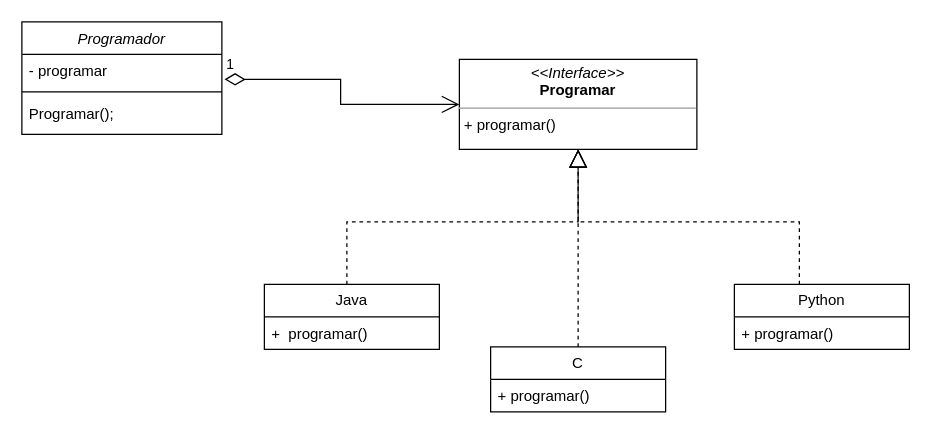
This is Padroes de Projeto de Sistemas/src/strategy/Diagrama Strategy.drawio from marcelosilva7/bertoti, a draw.io file, before an edit. Source tidied: cells renumbered, new cells numbered last; positions are measured from the earlier drawing's top-left corner, leaving out a move shared by most shapes. Both pictures are drawn from the tidied source at 125%, with x=0, y=0 at pixel (21, 21).
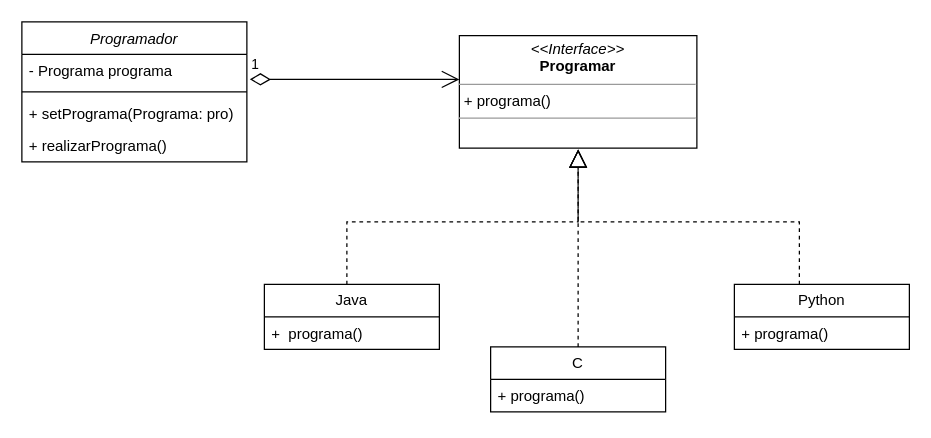
The same page after the edit.

The change refers to these unchanged cells:
```xml
<mxCell id="11" value="Java" style="swimlane;fontStyle=0;horizontal=1;startSize=26;fillColor=none;whiteSpace=wrap;html=1;" parent="1" vertex="1">
  <mxGeometry x="194" y="210" width="140" height="52" as="geometry" />
</mxCell>
<mxCell id="13" value="C" style="swimlane;fontStyle=0;horizontal=1;startSize=26;fillColor=none;whiteSpace=wrap;html=1;" parent="1" vertex="1">
  <mxGeometry x="375" y="260" width="140" height="52" as="geometry" />
</mxCell>
<mxCell id="15" value="Python" style="swimlane;fontStyle=0;horizontal=1;startSize=26;fillColor=none;whiteSpace=wrap;html=1;" parent="1" vertex="1">
  <mxGeometry x="570" y="210" width="140" height="52" as="geometry" />
</mxCell>
```

Change to the diagram source:
```diff
@@
     <mxCell id="2" value="Programador" style="swimlane;fontStyle=2;align=center;verticalAlign=top;horizontal=1;startSize=26;rounded=0;shadow=0;strokeWidth=1;" parent="1" vertex="1">
-      <mxGeometry width="160" height="90" as="geometry" />
+      <mxGeometry width="180" height="112" as="geometry" />
     </mxCell>
-    <mxCell id="3" value="- programar" style="text;align=left;verticalAlign=top;spacingLeft=4;spacingRight=4;overflow=hidden;points=[[0,0.5],[1,0.5]];portConstraint=eastwest;rounded=0;shadow=0;html=0;" parent="2" vertex="1">
-      <mxGeometry y="26" width="160" height="26" as="geometry" />
+    <mxCell id="3" value="- Programa programa" style="text;align=left;verticalAlign=top;spacingLeft=4;spacingRight=4;overflow=hidden;points=[[0,0.5],[1,0.5]];portConstraint=eastwest;rounded=0;shadow=0;html=0;" parent="2" vertex="1">
+      <mxGeometry y="26" width="180" height="26" as="geometry" />
     </mxCell>
     <mxCell id="4" style="line;html=1;strokeWidth=1;align=left;verticalAlign=middle;spacingTop=-1;spacingLeft=3;spacingRight=3;labelPosition=right;" parent="2" vertex="1">
-      <mxGeometry y="52" width="160" height="8" as="geometry" />
+      <mxGeometry y="52" width="180" height="8" as="geometry" />
     </mxCell>
-    <mxCell id="5" value="Programar();" style="text;align=left;verticalAlign=top;spacingLeft=4;spacingRight=4;overflow=hidden;" parent="2" vertex="1">
-      <mxGeometry y="60" width="160" height="26" as="geometry" />
+    <mxCell id="5" value="+ setPrograma(Programa: pro)" style="text;align=left;verticalAlign=top;spacingLeft=4;spacingRight=4;overflow=hidden;" parent="2" vertex="1">
+      <mxGeometry y="60" width="180" height="26" as="geometry" />
     </mxCell>
-    <mxCell id="6" value="&lt;p style=&quot;margin:0px;margin-top:4px;text-align:center;&quot;&gt;&lt;i&gt;&amp;lt;&amp;lt;Interface&amp;gt;&amp;gt;&lt;/i&gt;&lt;br&gt;&lt;b&gt;Programar&lt;/b&gt;&lt;/p&gt;&lt;hr size=&quot;1&quot;&gt;&lt;p style=&quot;margin:0px;margin-left:4px;&quot;&gt;+ programar()&lt;br&gt;&lt;/p&gt;" style="verticalAlign=top;align=left;overflow=fill;fontSize=12;fontFamily=Helvetica;html=1;whiteSpace=wrap;" parent="1" vertex="1">
-      <mxGeometry x="350" y="30" width="190" height="72" as="geometry" />
-    </mxCell>
+    <mxCell id="17" value="+ realizarPrograma()" style="text;align=left;verticalAlign=top;spacingLeft=4;spacingRight=4;overflow=hidden;" parent="2" vertex="1">
+      <mxGeometry y="86" width="180" height="26" as="geometry" />
+    </mxCell>
-    <mxCell id="7" value="1" style="endArrow=open;html=1;endSize=12;startArrow=diamondThin;startSize=14;startFill=0;edgeStyle=orthogonalEdgeStyle;align=left;verticalAlign=bottom;rounded=0;exitX=1.013;exitY=0.769;exitDx=0;exitDy=0;entryX=0;entryY=0.5;entryDx=0;entryDy=0;exitPerimeter=0;" parent="1" edge="1" source="3" target="6">
-      <mxGeometry x="-1" y="3" relative="1" as="geometry" />
+    <mxCell id="7" value="1" style="endArrow=open;html=1;endSize=12;startArrow=diamondThin;startSize=14;startFill=0;edgeStyle=orthogonalEdgeStyle;align=left;verticalAlign=bottom;rounded=0;exitX=1.013;exitY=0.769;exitDx=0;exitDy=0;entryX=0;entryY=0.5;entryDx=0;entryDy=0;exitPerimeter=0;" parent="1" edge="1" source="3">
+      <mxGeometry x="-1" y="3" relative="1" as="geometry">
+        <mxPoint x="350" y="46" as="targetPoint" />
+      </mxGeometry>
     </mxCell>
-    <mxCell id="8" style="endArrow=block;dashed=1;endFill=0;endSize=12;html=1;rounded=0;exitX=0.5;exitY=0;exitDx=0;exitDy=0;entryX=0.5;entryY=1;entryDx=0;entryDy=0;" parent="1" edge="1" target="6">
+    <mxCell id="8" style="endArrow=block;dashed=1;endFill=0;endSize=12;html=1;rounded=0;exitX=0.5;exitY=0;exitDx=0;exitDy=0;entryX=0.5;entryY=1;entryDx=0;entryDy=0;" parent="1" edge="1">
       <mxGeometry relative="1" as="geometry">
         <mxPoint x="260" y="210" as="sourcePoint" />
+        <mxPoint x="445" y="102" as="targetPoint" />
         <Array as="points">
           <mxPoint x="260" y="160" />
           <mxPoint x="445" y="160" />
         </Array>
       </mxGeometry>
     </mxCell>
-    <mxCell id="9" style="endArrow=block;dashed=1;endFill=0;endSize=12;html=1;rounded=0;exitX=0.564;exitY=0;exitDx=0;exitDy=0;entryX=0.5;entryY=1;entryDx=0;entryDy=0;exitPerimeter=0;" parent="1" edge="1" target="6">
+    <mxCell id="9" style="endArrow=block;dashed=1;endFill=0;endSize=12;html=1;rounded=0;exitX=0.564;exitY=0;exitDx=0;exitDy=0;entryX=0.5;entryY=1;entryDx=0;entryDy=0;exitPerimeter=0;" parent="1" edge="1">
       <mxGeometry relative="1" as="geometry">
         <mxPoint x="622" y="210" as="sourcePoint" />
+        <mxPoint x="445" y="102" as="targetPoint" />
         <Array as="points">
           <mxPoint x="622" y="160" />
           <mxPoint x="580" y="160" />
           <mxPoint x="527" y="160" />
           <mxPoint x="445" y="160" />
         </Array>
       </mxGeometry>
     </mxCell>
-    <mxCell id="10" style="endArrow=block;dashed=1;endFill=0;endSize=12;html=1;rounded=0;entryX=0.5;entryY=1;entryDx=0;entryDy=0;" parent="1" edge="1" target="6">
+    <mxCell id="10" style="endArrow=block;dashed=1;endFill=0;endSize=12;html=1;rounded=0;entryX=0.5;entryY=1;entryDx=0;entryDy=0;" parent="1" edge="1">
       <mxGeometry relative="1" as="geometry">
         <mxPoint x="445" y="260" as="sourcePoint" />
+        <mxPoint x="445" y="102" as="targetPoint" />
         <Array as="points">
           <mxPoint x="445" y="190" />
         </Array>
       </mxGeometry>
     </mxCell>
@@
-    <mxCell id="12" value="+&amp;nbsp; programar()" style="text;strokeColor=none;fillColor=none;align=left;verticalAlign=top;spacingLeft=4;spacingRight=4;overflow=hidden;whiteSpace=wrap;html=1;" parent="11" vertex="1">
+    <mxCell id="12" value="+&amp;nbsp; programa()" style="text;strokeColor=none;fillColor=none;align=left;verticalAlign=top;spacingLeft=4;spacingRight=4;overflow=hidden;whiteSpace=wrap;html=1;" parent="11" vertex="1">
       <mxGeometry y="26" width="140" height="26" as="geometry" />
     </mxCell>
@@
-    <mxCell id="14" value="+ programar()" style="text;strokeColor=none;fillColor=none;align=left;verticalAlign=top;spacingLeft=4;spacingRight=4;overflow=hidden;whiteSpace=wrap;html=1;" parent="13" vertex="1">
+    <mxCell id="14" value="+ programa()" style="text;strokeColor=none;fillColor=none;align=left;verticalAlign=top;spacingLeft=4;spacingRight=4;overflow=hidden;whiteSpace=wrap;html=1;" parent="13" vertex="1">
       <mxGeometry y="26" width="140" height="26" as="geometry" />
     </mxCell>
@@
-    <mxCell id="16" value="+ programar()" style="text;strokeColor=none;fillColor=none;align=left;verticalAlign=top;spacingLeft=4;spacingRight=4;overflow=hidden;whiteSpace=wrap;html=1;" parent="15" vertex="1">
+    <mxCell id="16" value="+ programa()" style="text;strokeColor=none;fillColor=none;align=left;verticalAlign=top;spacingLeft=4;spacingRight=4;overflow=hidden;whiteSpace=wrap;html=1;" parent="15" vertex="1">
       <mxGeometry y="26" width="140" height="26" as="geometry" />
     </mxCell>
+    <mxCell id="18" value="&lt;p style=&quot;margin:0px;margin-top:4px;text-align:center;&quot;&gt;&lt;i&gt;&amp;lt;&amp;lt;Interface&amp;gt;&amp;gt;&lt;/i&gt;&lt;br&gt;&lt;b style=&quot;border-color: var(--border-color);&quot;&gt;Programar&lt;/b&gt;&lt;br&gt;&lt;/p&gt;&lt;hr size=&quot;1&quot;&gt;&lt;p style=&quot;margin:0px;margin-left:4px;&quot;&gt;+ programa()&lt;br&gt;&lt;/p&gt;&lt;hr size=&quot;1&quot;&gt;&lt;p style=&quot;margin:0px;margin-left:4px;&quot;&gt;&lt;br&gt;&lt;/p&gt;" style="verticalAlign=top;align=left;overflow=fill;fontSize=12;fontFamily=Helvetica;html=1;whiteSpace=wrap;" parent="1" vertex="1">
+      <mxGeometry x="350" y="11" width="190" height="90" as="geometry" />
+    </mxCell>
```
